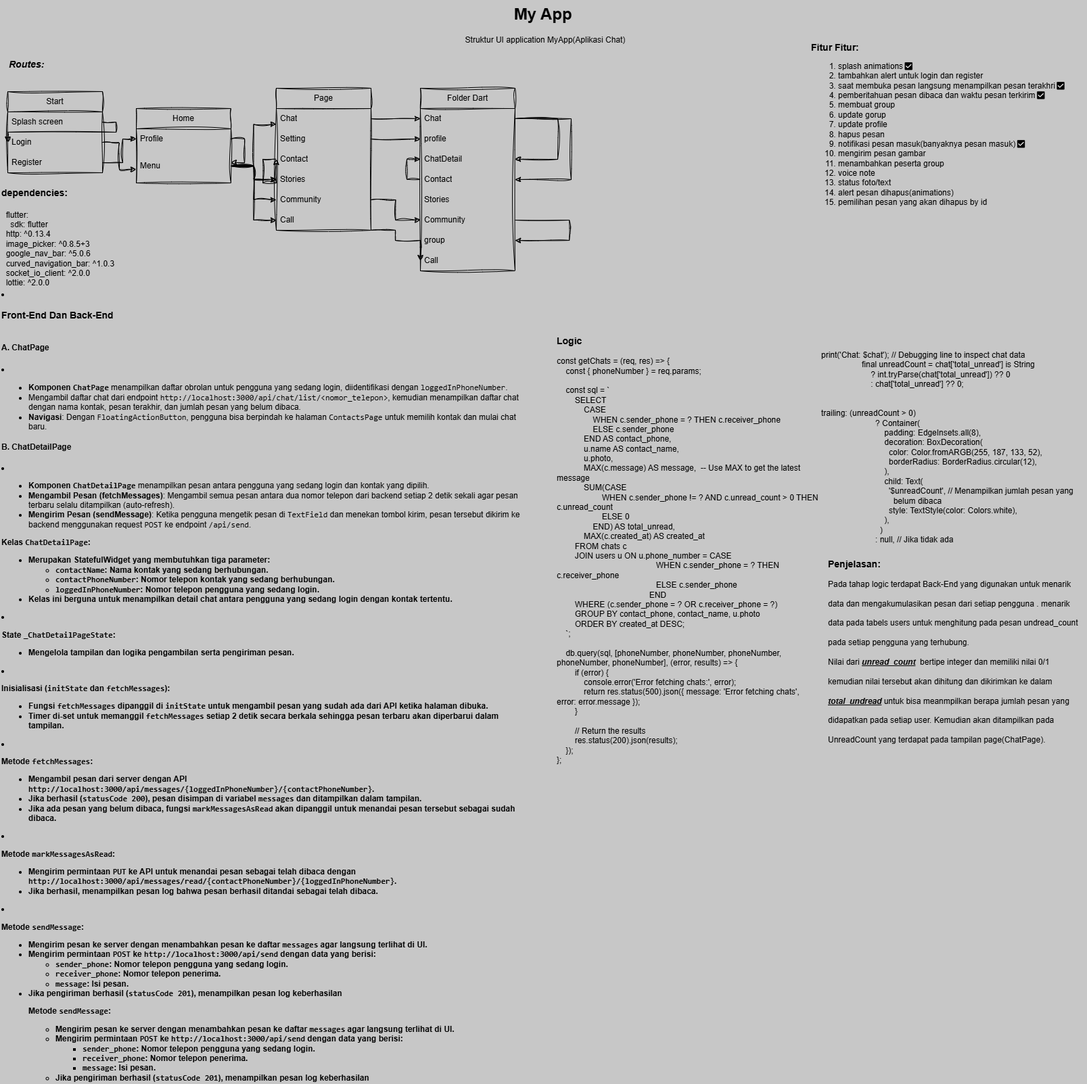
The draw.io diagram Struktur Application MyApp.drawio.png in NaufalAdityaAkbar/Application-MyApp---Flutter, before a commit. Source tidied: cells renumbered, new cells last; positions are measured from the earlier drawing's top-left corner, leaving out a move shared by most shapes.
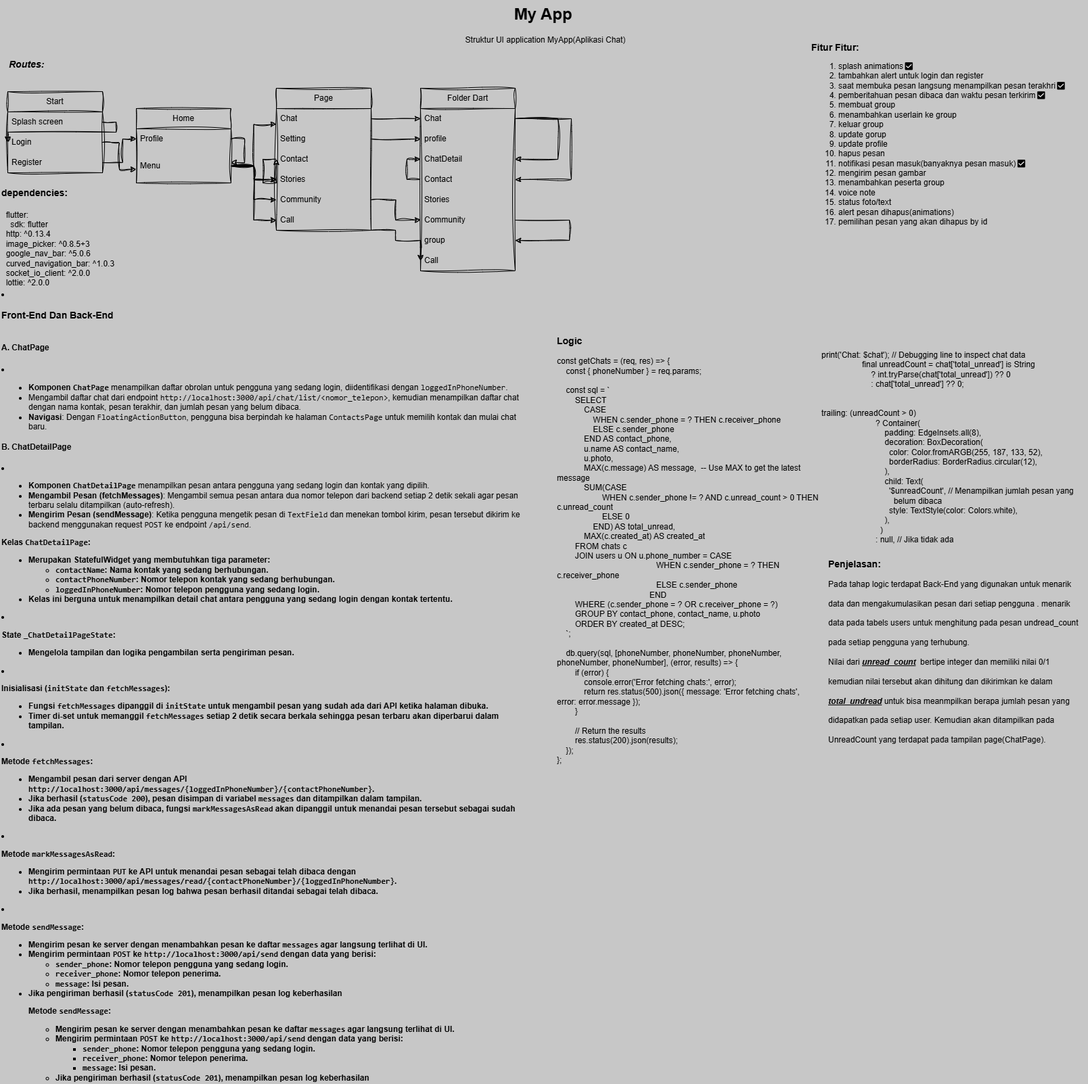
Above is the later version.

What changed in the source:
```diff
@@ -118,7 +118,7 @@
     <mxCell id="32" value="&lt;h1 style=&quot;margin-top: 0px;&quot;&gt;&lt;span style=&quot;font-size: 14px;&quot;&gt;Penjelasan:&lt;br&gt;&lt;/span&gt;&lt;font style=&quot;font-size: 12px;&quot;&gt;&lt;span style=&quot;font-weight: normal;&quot;&gt;Pada tahap logic terdapat Back-End yang digunakan untuk menarik data dan mengakumulasikan pesan dari setiap pengguna . menarik data pada tabels users untuk menghitung pada pesan undread_count pada setiap pengguna yang terhubung.&lt;br&gt;Nilai dari&lt;/span&gt; &lt;u&gt;&lt;i&gt;unread_count&lt;/i&gt;&lt;/u&gt;&amp;nbsp; &lt;span style=&quot;font-weight: normal;&quot;&gt;bertipe integer dan memiliki nilai 0/1 kemudian nilai tersebu&lt;/span&gt;t&amp;nbsp;&lt;span style=&quot;font-weight: normal;&quot;&gt;akan dihitung dan dikirimkan ke dalam&lt;/span&gt; &lt;i&gt;&lt;u&gt;total_undread&lt;/u&gt;&lt;/i&gt; &lt;span style=&quot;font-weight: normal; font-size: 12px;&quot;&gt;untuk bisa meanmpilkan berapa jumlah pesan yang didapatkan pada setiap user. Kemudian akan ditampilkan pada UnreadCount yang terdapat pada tampilan page(ChatPage).&lt;/span&gt;&lt;/font&gt;&lt;/h1&gt;" style="text;html=1;whiteSpace=wrap;overflow=hidden;rounded=0;labelBackgroundColor=none;labelBorderColor=none;textShadow=0;fillColor=none;sketch=1;curveFitting=1;jiggle=2;shadow=0;swimlaneLine=1;" parent="1" vertex="1">
       <mxGeometry x="1222" y="810" width="380" height="290" as="geometry" />
     </mxCell>
-    <mxCell id="33" value="&lt;h1 style=&quot;margin-top: 0px; font-size: 14px;&quot;&gt;&lt;font style=&quot;font-size: 14px;&quot;&gt;Fitur Fitur:&lt;br&gt;&lt;/font&gt;&lt;/h1&gt;&lt;div style=&quot;&quot;&gt;&lt;ol style=&quot;&quot;&gt;&lt;li&gt;splash animations☑️&lt;/li&gt;&lt;li style=&quot;&quot;&gt;tambahkan alert untuk login dan register&amp;nbsp;&lt;/li&gt;&lt;li style=&quot;&quot;&gt;saat membuka pesan langsung menampilkan pesan terakhri☑️&lt;/li&gt;&lt;li style=&quot;&quot;&gt;pemberitahuan pesan dibaca dan waktu pesan terkirim☑️&lt;/li&gt;&lt;li style=&quot;&quot;&gt;membuat group&lt;/li&gt;&lt;li style=&quot;&quot;&gt;update gorup&lt;/li&gt;&lt;li style=&quot;&quot;&gt;update profile&lt;/li&gt;&lt;li style=&quot;&quot;&gt;hapus pesan&lt;/li&gt;&lt;li style=&quot;&quot;&gt;notifikasi pesan masuk(banyaknya pesan masuk)☑️&lt;/li&gt;&lt;li style=&quot;&quot;&gt;mengirim pesan gambar&lt;/li&gt;&lt;li style=&quot;&quot;&gt;menambahkan peserta group&lt;/li&gt;&lt;li style=&quot;&quot;&gt;voice note&amp;nbsp;&lt;/li&gt;&lt;li style=&quot;&quot;&gt;status foto/text&lt;/li&gt;&lt;li style=&quot;&quot;&gt;alert pesan dihapus(animations)&lt;/li&gt;&lt;li style=&quot;&quot;&gt;pemilihan pesan yang akan dihapus by id&lt;/li&gt;&lt;/ol&gt;&lt;/div&gt;" style="text;html=1;whiteSpace=wrap;overflow=hidden;rounded=0;fontFamily=Helvetica;" parent="1" vertex="1">
+    <mxCell id="33" value="&lt;h1 style=&quot;margin-top: 0px; font-size: 14px;&quot;&gt;&lt;font style=&quot;font-size: 14px;&quot;&gt;Fitur Fitur:&lt;br&gt;&lt;/font&gt;&lt;/h1&gt;&lt;div style=&quot;&quot;&gt;&lt;ol style=&quot;&quot;&gt;&lt;li&gt;splash animations☑️&lt;/li&gt;&lt;li style=&quot;&quot;&gt;tambahkan alert untuk login dan register&amp;nbsp;&lt;/li&gt;&lt;li style=&quot;&quot;&gt;saat membuka pesan langsung menampilkan pesan terakhri☑️&lt;/li&gt;&lt;li style=&quot;&quot;&gt;pemberitahuan pesan dibaca dan waktu pesan terkirim☑️&lt;/li&gt;&lt;li style=&quot;&quot;&gt;membuat group&lt;/li&gt;&lt;li style=&quot;&quot;&gt;menambahkan userlain ke group&lt;/li&gt;&lt;li style=&quot;&quot;&gt;keluar group&lt;/li&gt;&lt;li style=&quot;&quot;&gt;update gorup&lt;/li&gt;&lt;li style=&quot;&quot;&gt;update profile&lt;/li&gt;&lt;li style=&quot;&quot;&gt;hapus pesan&lt;/li&gt;&lt;li style=&quot;&quot;&gt;notifikasi pesan masuk(banyaknya pesan masuk)☑️&lt;/li&gt;&lt;li style=&quot;&quot;&gt;mengirim pesan gambar&lt;/li&gt;&lt;li style=&quot;&quot;&gt;menambahkan peserta group&lt;/li&gt;&lt;li style=&quot;&quot;&gt;voice note&amp;nbsp;&lt;/li&gt;&lt;li style=&quot;&quot;&gt;status foto/text&lt;/li&gt;&lt;li style=&quot;&quot;&gt;alert pesan dihapus(animations)&lt;/li&gt;&lt;li style=&quot;&quot;&gt;pemilihan pesan yang akan dihapus by id&lt;/li&gt;&lt;/ol&gt;&lt;/div&gt;" style="text;html=1;whiteSpace=wrap;overflow=hidden;rounded=0;fontFamily=Helvetica;" parent="1" vertex="1">
       <mxGeometry x="1197" y="55" width="410" height="280" as="geometry" />
     </mxCell>
     <mxCell id="34" value="Folder Dart" style="swimlane;fontStyle=0;horizontal=1;startSize=30;whiteSpace=wrap;html=1;labelBackgroundColor=none;labelBorderColor=none;textShadow=0;fillColor=none;sketch=1;curveFitting=1;jiggle=2;shadow=0;swimlaneLine=1;" parent="1" vertex="1">
```
